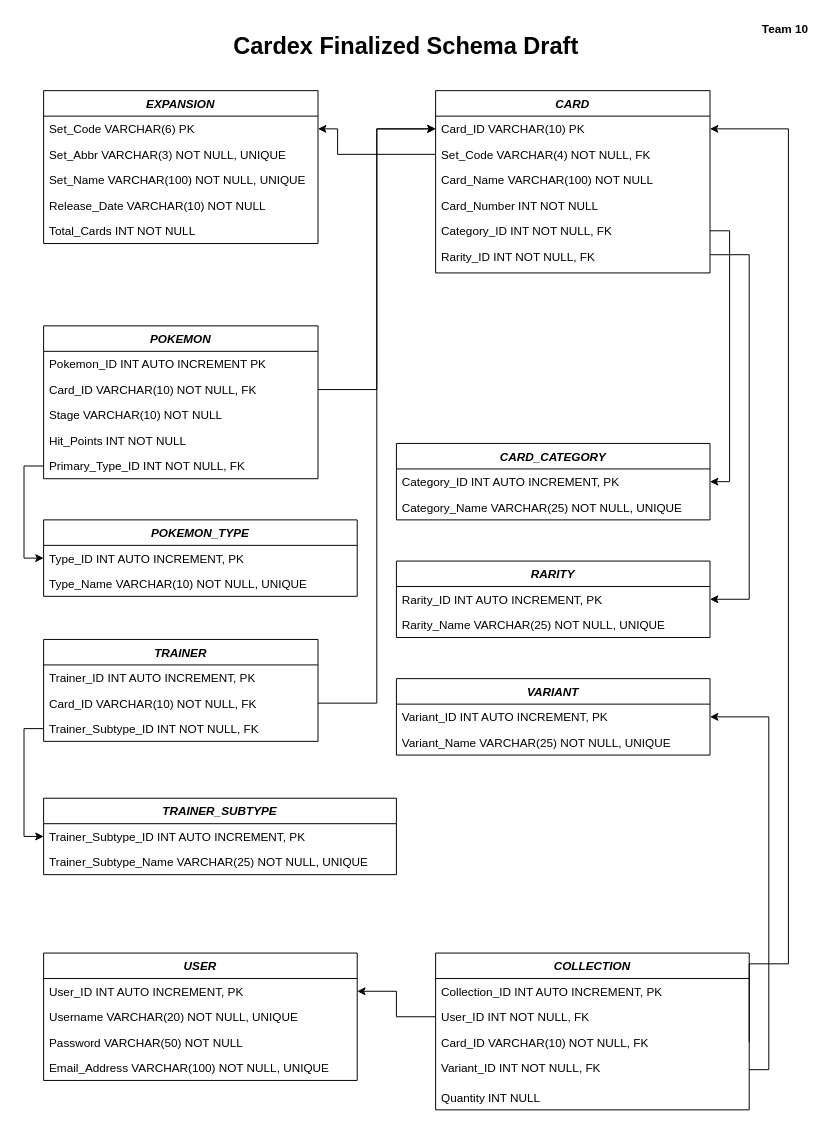
This is Schemas/Cardex Schema.drawio from ChristianDedios23/Cardex, a draw.io file, before an edit. Source tidied: cells renumbered, new cells numbered last; positions are measured from the earlier drawing's top-left corner, leaving out a move shared by most shapes. Both pictures are drawn from the tidied source at 98%, with x=0, y=0 at pixel (43, 22).
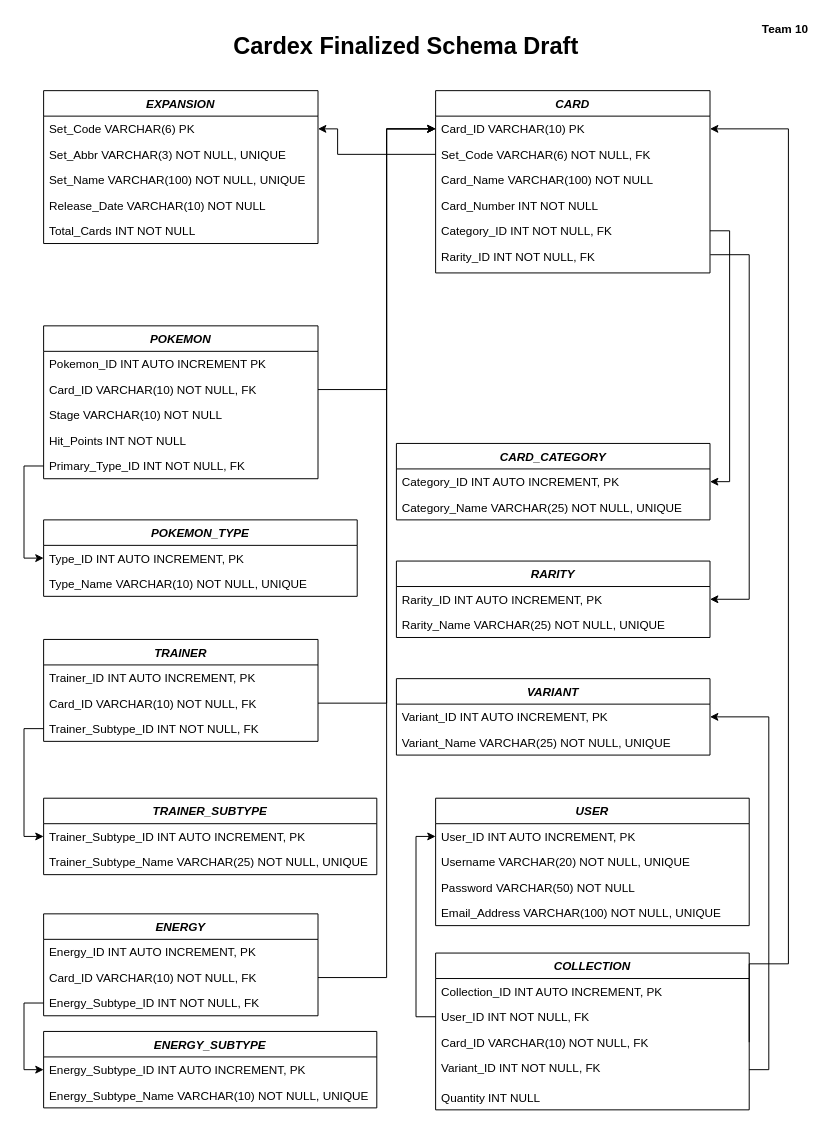
The same page after the edit.

Commit message (it also covers changes not shown here):
Updated schema, added graphics folder, added new insert script

Unchanged cells that the change refers to:
```xml
<mxCell id="9" value="CARD" style="swimlane;fontStyle=3;align=center;verticalAlign=top;horizontal=1;startSize=26;rounded=0;shadow=0;strokeWidth=1;" parent="1" vertex="1">
  <mxGeometry x="400" y="70" width="280" height="186" as="geometry" />
</mxCell>
<mxCell id="10" value="Card_ID VARCHAR(10) PK" style="text;align=left;verticalAlign=top;spacingLeft=4;spacingRight=4;overflow=hidden;points=[[0,0.5],[1,0.5]];portConstraint=eastwest;" parent="9" vertex="1">
  <mxGeometry y="26" width="280" height="26" as="geometry" />
</mxCell>
<mxCell id="18" value="Card_ID VARCHAR(10) NOT NULL, FK" style="text;align=left;verticalAlign=top;spacingLeft=4;spacingRight=4;overflow=hidden;points=[[0,0.5],[1,0.5]];portConstraint=eastwest;" parent="16" vertex="1">
  <mxGeometry y="52" width="280" height="26" as="geometry" />
</mxCell>
<mxCell id="40" value="User_ID INT AUTO INCREMENT, PK" style="text;align=left;verticalAlign=top;spacingLeft=4;spacingRight=4;overflow=hidden;points=[[0,0.5],[1,0.5]];portConstraint=eastwest;" parent="39" vertex="1">
  <mxGeometry y="26" width="320" height="26" as="geometry" />
</mxCell>
<mxCell id="46" value="User_ID INT NOT NULL, FK" style="text;align=left;verticalAlign=top;spacingLeft=4;spacingRight=4;overflow=hidden;points=[[0,0.5],[1,0.5]];portConstraint=eastwest;rounded=0;shadow=0;html=0;" parent="44" vertex="1">
  <mxGeometry y="52" width="320" height="26" as="geometry" />
</mxCell>
<mxCell id="58" value="Card_ID VARCHAR(10) NOT NULL, FK" style="text;align=left;verticalAlign=top;spacingLeft=4;spacingRight=4;overflow=hidden;points=[[0,0.5],[1,0.5]];portConstraint=eastwest;" parent="56" vertex="1">
  <mxGeometry y="52" width="280" height="26" as="geometry" />
</mxCell>
```

What changed in the source:
```diff
@@
-    <mxCell id="11" value="Set_Code VARCHAR(4) NOT NULL, FK" style="text;align=left;verticalAlign=top;spacingLeft=4;spacingRight=4;overflow=hidden;points=[[0,0.5],[1,0.5]];portConstraint=eastwest;rounded=0;shadow=0;html=0;" parent="9" vertex="1">
+    <mxCell id="11" value="Set_Code VARCHAR(6) NOT NULL, FK" style="text;align=left;verticalAlign=top;spacingLeft=4;spacingRight=4;overflow=hidden;points=[[0,0.5],[1,0.5]];portConstraint=eastwest;rounded=0;shadow=0;html=0;" parent="9" vertex="1">
       <mxGeometry y="52" width="280" height="26" as="geometry" />
     </mxCell>
@@
     <mxCell id="38" style="edgeStyle=orthogonalEdgeStyle;rounded=0;jettySize=auto;html=1;entryX=0;entryY=0.5;entryDx=0;entryDy=0;exitX=1;exitY=0.5;exitDx=0;exitDy=0;" parent="1" edge="1" source="18" target="10">
       <mxGeometry relative="1" as="geometry">
         <Array as="points">
-          <mxPoint x="340" y="375" />
-          <mxPoint x="340" y="109" />
+          <mxPoint x="350" y="375" />
+          <mxPoint x="350" y="109" />
         </Array>
       </mxGeometry>
     </mxCell>
     <mxCell id="39" value="USER" style="swimlane;fontStyle=3;align=center;verticalAlign=top;horizontal=1;startSize=26;rounded=0;shadow=0;strokeWidth=1;" parent="1" vertex="1">
-      <mxGeometry y="950" width="320" height="130" as="geometry" />
+      <mxGeometry x="400" y="792" width="320" height="130" as="geometry" />
     </mxCell>
@@
-    <mxCell id="50" style="edgeStyle=orthogonalEdgeStyle;rounded=0;jettySize=auto;html=1;entryX=1;entryY=0.5;entryDx=0;entryDy=0;" parent="1" edge="1" source="46" target="40">
-      <mxGeometry relative="1" as="geometry" />
-    </mxCell>
@@
     <mxCell id="53" value="TRAINER_SUBTYPE" style="swimlane;fontStyle=3;align=center;verticalAlign=top;horizontal=1;startSize=26;rounded=0;shadow=0;strokeWidth=1;" parent="1" vertex="1">
-      <mxGeometry y="792" width="360" height="78" as="geometry" />
+      <mxGeometry y="792" width="340" height="78" as="geometry" />
     </mxCell>
     <mxCell id="54" value="Trainer_Subtype_ID INT AUTO INCREMENT, PK" style="text;align=left;verticalAlign=top;spacingLeft=4;spacingRight=4;overflow=hidden;points=[[0,0.5],[1,0.5]];portConstraint=eastwest;" parent="53" vertex="1">
-      <mxGeometry y="26" width="360" height="26" as="geometry" />
+      <mxGeometry y="26" width="340" height="26" as="geometry" />
     </mxCell>
     <mxCell id="55" value="Trainer_Subtype_Name VARCHAR(25) NOT NULL, UNIQUE" style="text;align=left;verticalAlign=top;spacingLeft=4;spacingRight=4;overflow=hidden;rounded=0;shadow=0;html=0;" parent="53" vertex="1">
-      <mxGeometry y="52" width="360" height="26" as="geometry" />
+      <mxGeometry y="52" width="340" height="26" as="geometry" />
     </mxCell>
@@
     <mxCell id="60" style="edgeStyle=orthogonalEdgeStyle;rounded=0;jettySize=auto;html=1;exitX=1;exitY=0.5;exitDx=0;exitDy=0;entryX=0;entryY=0.5;entryDx=0;entryDy=0;" parent="1" edge="1" source="58" target="10">
       <mxGeometry relative="1" as="geometry">
         <Array as="points">
-          <mxPoint x="340" y="695" />
-          <mxPoint x="340" y="109" />
+          <mxPoint x="350" y="695" />
+          <mxPoint x="350" y="109" />
         </Array>
       </mxGeometry>
     </mxCell>
@@
+    <mxCell id="50" style="edgeStyle=orthogonalEdgeStyle;rounded=0;jettySize=auto;html=1;exitX=0;exitY=0.5;exitDx=0;exitDy=0;entryX=0;entryY=0.5;entryDx=0;entryDy=0;" parent="1" edge="1" source="46" target="40">
+      <mxGeometry relative="1" as="geometry" />
+    </mxCell>
+    <mxCell id="64" value="ENERGY" style="swimlane;fontStyle=3;align=center;verticalAlign=top;horizontal=1;startSize=26;rounded=0;shadow=0;strokeWidth=1;" parent="1" vertex="1">
+      <mxGeometry y="910" width="280" height="104" as="geometry" />
+    </mxCell>
+    <mxCell id="65" value="Energy_ID INT AUTO INCREMENT, PK" style="text;align=left;verticalAlign=top;spacingLeft=4;spacingRight=4;overflow=hidden;" parent="64" vertex="1">
+      <mxGeometry y="26" width="280" height="26" as="geometry" />
+    </mxCell>
+    <mxCell id="66" value="Card_ID VARCHAR(10) NOT NULL, FK" style="text;align=left;verticalAlign=top;spacingLeft=4;spacingRight=4;overflow=hidden;points=[[0,0.5],[1,0.5]];portConstraint=eastwest;" parent="64" vertex="1">
+      <mxGeometry y="52" width="280" height="26" as="geometry" />
+    </mxCell>
+    <mxCell id="67" value="Energy_Subtype_ID INT NOT NULL, FK" style="text;align=left;verticalAlign=top;spacingLeft=4;spacingRight=4;overflow=hidden;points=[[0,0.5],[1,0.5]];portConstraint=eastwest;rounded=0;shadow=0;html=0;" parent="64" vertex="1">
+      <mxGeometry y="78" width="280" height="26" as="geometry" />
+    </mxCell>
+    <mxCell id="68" style="edgeStyle=orthogonalEdgeStyle;rounded=0;jettySize=auto;html=1;exitX=1;exitY=0.5;exitDx=0;exitDy=0;entryX=0;entryY=0.5;entryDx=0;entryDy=0;" parent="1" edge="1" source="66" target="10">
+      <mxGeometry relative="1" as="geometry">
+        <Array as="points">
+          <mxPoint x="350" y="975" />
+          <mxPoint x="350" y="109" />
+        </Array>
+      </mxGeometry>
+    </mxCell>
+    <mxCell id="69" value="ENERGY_SUBTYPE" style="swimlane;fontStyle=3;align=center;verticalAlign=top;horizontal=1;startSize=26;rounded=0;shadow=0;strokeWidth=1;" parent="1" vertex="1">
+      <mxGeometry y="1030" width="340" height="78" as="geometry" />
+    </mxCell>
+    <mxCell id="70" value="Energy_Subtype_ID INT AUTO INCREMENT, PK" style="text;align=left;verticalAlign=top;spacingLeft=4;spacingRight=4;overflow=hidden;points=[[0,0.5],[1,0.5]];portConstraint=eastwest;" parent="69" vertex="1">
+      <mxGeometry y="26" width="340" height="26" as="geometry" />
+    </mxCell>
+    <mxCell id="71" value="Energy_Subtype_Name VARCHAR(10) NOT NULL, UNIQUE" style="text;align=left;verticalAlign=top;spacingLeft=4;spacingRight=4;overflow=hidden;rounded=0;shadow=0;html=0;" parent="69" vertex="1">
+      <mxGeometry y="52" width="340" height="26" as="geometry" />
+    </mxCell>
+    <mxCell id="72" style="edgeStyle=orthogonalEdgeStyle;rounded=0;jettySize=auto;html=1;exitX=0;exitY=0.5;exitDx=0;exitDy=0;" parent="1" edge="1" source="67" target="70">
+      <mxGeometry relative="1" as="geometry" />
+    </mxCell>
```
